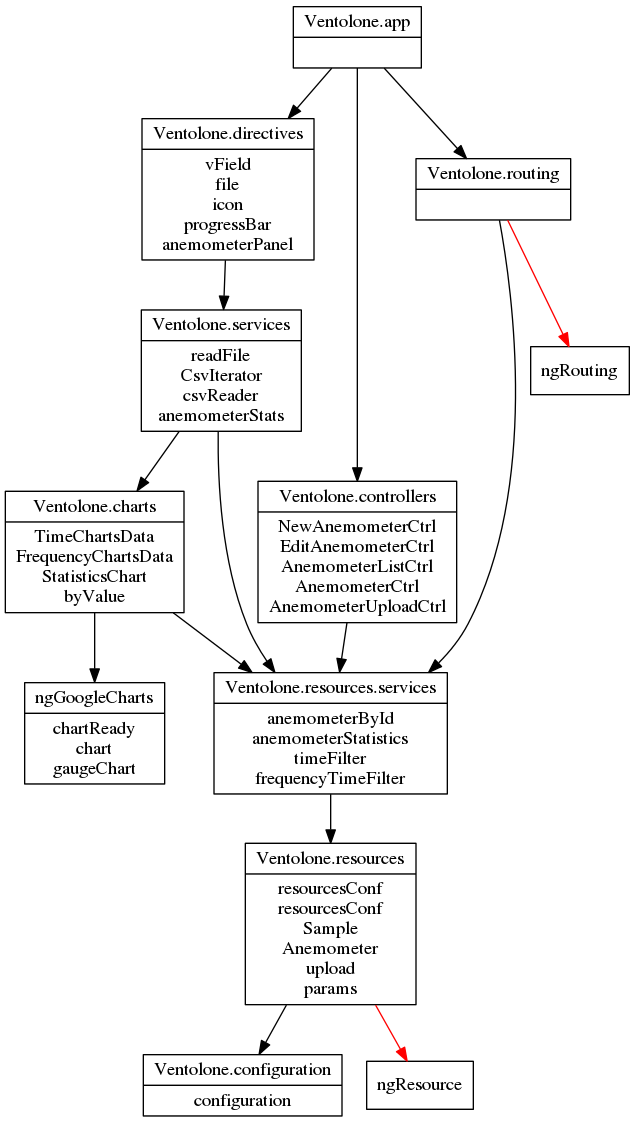
The Graphviz diagram dependencies-graph.png in VentolONE/ventolone-app, before a commit. Its source is kept beside it as dependencies-graph.dot.
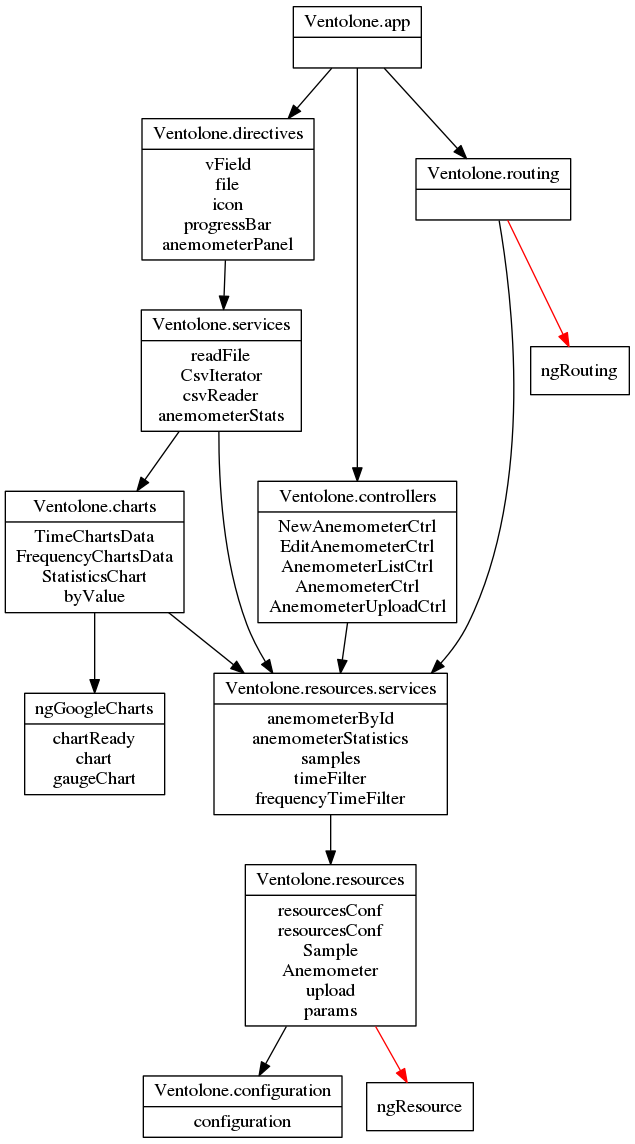
The same file after the commit.

Commit message:
udpated graph

Change to the diagram source:
```diff
@@ -6,7 +6,7 @@
   "Ventolone.directives"[label="{Ventolone.directives|vField\nfile\nicon\nprogressBar\nanemometerPanel}"]
   "ngGoogleCharts"[label="{ngGoogleCharts|chartReady\nchart\ngaugeChart}"]
   "Ventolone.app"[label="{Ventolone.app|}"]
-  "Ventolone.resources.services"[label="{Ventolone.resources.services|anemometerById\nanemometerStatistics\ntimeFilter\nfrequencyTimeFilter}"]
+  "Ventolone.resources.services"[label="{Ventolone.resources.services|anemometerById\nanemometerStatistics\nsamples\ntimeFilter\nfrequencyTimeFilter}"]
   "Ventolone.resources"[label="{Ventolone.resources|resourcesConf\nresourcesConf\nSample\nAnemometer\nupload\nparams}"]
   "Ventolone.routing"[label="{Ventolone.routing|}"]
   "Ventolone.services"[label="{Ventolone.services|readFile\nCsvIterator\ncsvReader\nanemometerStats}"]
```
